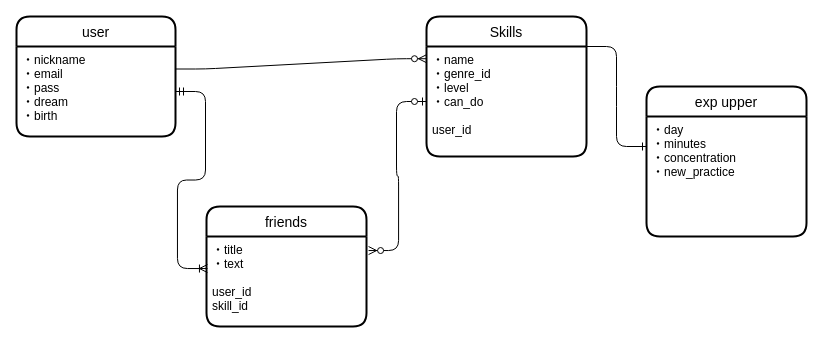
Before: datebase_er.dio in SatoruItou/skillupper, a draw.io diagram. Source tidied: cells renumbered, new cells numbered last; positions are measured from the earlier drawing's top-left corner, leaving out a move shared by most shapes. Both pictures are drawn from the tidied source at 100%, with x=0, y=0 at pixel (16, 16).
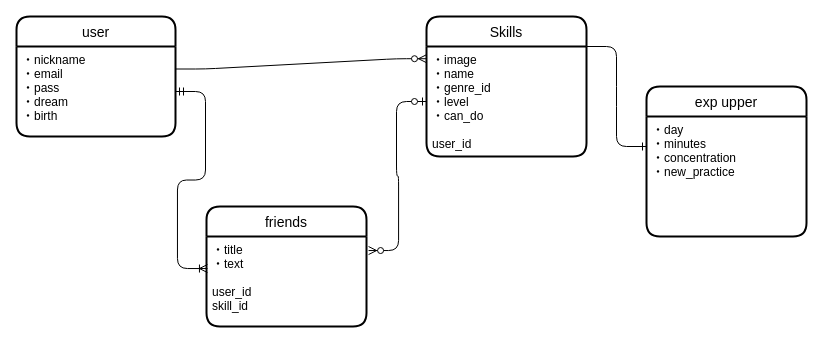
The same diagram, later.

Change to the diagram source:
```diff
@@
 <mxGraphModel>
   <root>
     <mxCell id="0" />
     <mxCell id="1" parent="0" />
     <mxCell id="2" value="user" style="swimlane;horizontal=1;startSize=30;rounded=1;fontSize=14;fontStyle=0;strokeWidth=2;shadow=0;dashed=0;align=center;" parent="1" vertex="1">
       <mxGeometry width="159" height="120" as="geometry" />
     </mxCell>
     <mxCell id="3" value="・nickname&#10;・email&#10;・pass&#10;・dream&#10;・birth" style="align=left;strokeColor=none;fillColor=none;spacingLeft=4;fontSize=12;verticalAlign=top;" parent="2" vertex="1">
       <mxGeometry y="30" width="159" height="90" as="geometry" />
     </mxCell>
     <mxCell id="4" value="Skills" style="swimlane;horizontal=1;startSize=30;rounded=1;fontSize=14;fontStyle=0;strokeWidth=2;shadow=0;dashed=0;align=center;" parent="1" vertex="1">
       <mxGeometry x="410" width="160" height="140" as="geometry" />
     </mxCell>
-    <mxCell id="5" value="・name&#10;・genre_id&#10;・level&#10;・can_do&#10;&#10;user_id" style="align=left;strokeColor=none;fillColor=none;spacingLeft=4;fontSize=12;verticalAlign=top;" parent="4" vertex="1">
+    <mxCell id="5" value="・image&#10;・name&#10;・genre_id&#10;・level&#10;・can_do&#10;&#10;user_id" style="align=left;strokeColor=none;fillColor=none;spacingLeft=4;fontSize=12;verticalAlign=top;" parent="4" vertex="1">
       <mxGeometry y="30" width="160" height="110" as="geometry" />
     </mxCell>
     <mxCell id="6" style="edgeStyle=entityRelationEdgeStyle;fontSize=12;html=1;endArrow=ERzeroToMany;endFill=1;exitX=1;exitY=0.25;exitDx=0;exitDy=0;entryX=0;entryY=0.111;entryDx=0;entryDy=0;entryPerimeter=0;" parent="1" edge="1" source="3" target="5">
       <mxGeometry relative="1" as="geometry" />
     </mxCell>
     <mxCell id="7" value="exp upper" style="swimlane;horizontal=1;startSize=30;rounded=1;fontSize=14;fontStyle=0;strokeWidth=2;shadow=0;dashed=0;align=center;" parent="1" vertex="1">
       <mxGeometry x="630" y="70" width="160" height="150" as="geometry" />
     </mxCell>
     <mxCell id="8" value="・day&#10;・minutes&#10;・concentration&#10;・new_practice&#10;&#10;&#10;" style="align=left;strokeColor=none;fillColor=none;spacingLeft=4;fontSize=12;verticalAlign=top;" parent="7" vertex="1">
       <mxGeometry y="30" width="160" height="120" as="geometry" />
     </mxCell>
     <mxCell id="9" style="edgeStyle=entityRelationEdgeStyle;fontSize=12;html=1;endArrow=ERone;endFill=1;entryX=0;entryY=0.25;entryDx=0;entryDy=0;exitX=1;exitY=0;exitDx=0;exitDy=0;" parent="1" edge="1" source="5" target="8">
       <mxGeometry relative="1" as="geometry" />
     </mxCell>
     <mxCell id="10" value="friends" style="swimlane;horizontal=1;startSize=30;rounded=1;fontSize=14;fontStyle=0;strokeWidth=2;shadow=0;dashed=0;align=center;" parent="1" vertex="1">
       <mxGeometry x="190" y="190" width="160" height="120" as="geometry" />
     </mxCell>
     <mxCell id="11" value="・title&#10;・text&#10;&#10;user_id&#10;skill_id" style="align=left;strokeColor=none;fillColor=none;spacingLeft=4;fontSize=12;verticalAlign=top;" parent="10" vertex="1">
       <mxGeometry y="30" width="160" height="90" as="geometry" />
     </mxCell>
     <mxCell id="12" style="edgeStyle=entityRelationEdgeStyle;fontSize=12;html=1;endArrow=ERzeroToMany;startArrow=ERzeroToOne;entryX=1.013;entryY=0.156;entryDx=0;entryDy=0;entryPerimeter=0;" parent="1" edge="1" source="5" target="11">
       <mxGeometry relative="1" as="geometry" />
     </mxCell>
     <mxCell id="13" style="edgeStyle=entityRelationEdgeStyle;fontSize=12;html=1;endArrow=ERoneToMany;startArrow=ERmandOne;exitX=1;exitY=0.5;exitDx=0;exitDy=0;entryX=0.006;entryY=0.356;entryDx=0;entryDy=0;entryPerimeter=0;" parent="1" edge="1" source="3" target="11">
       <mxGeometry relative="1" as="geometry" />
     </mxCell>
   </root>
 </mxGraphModel>
```
